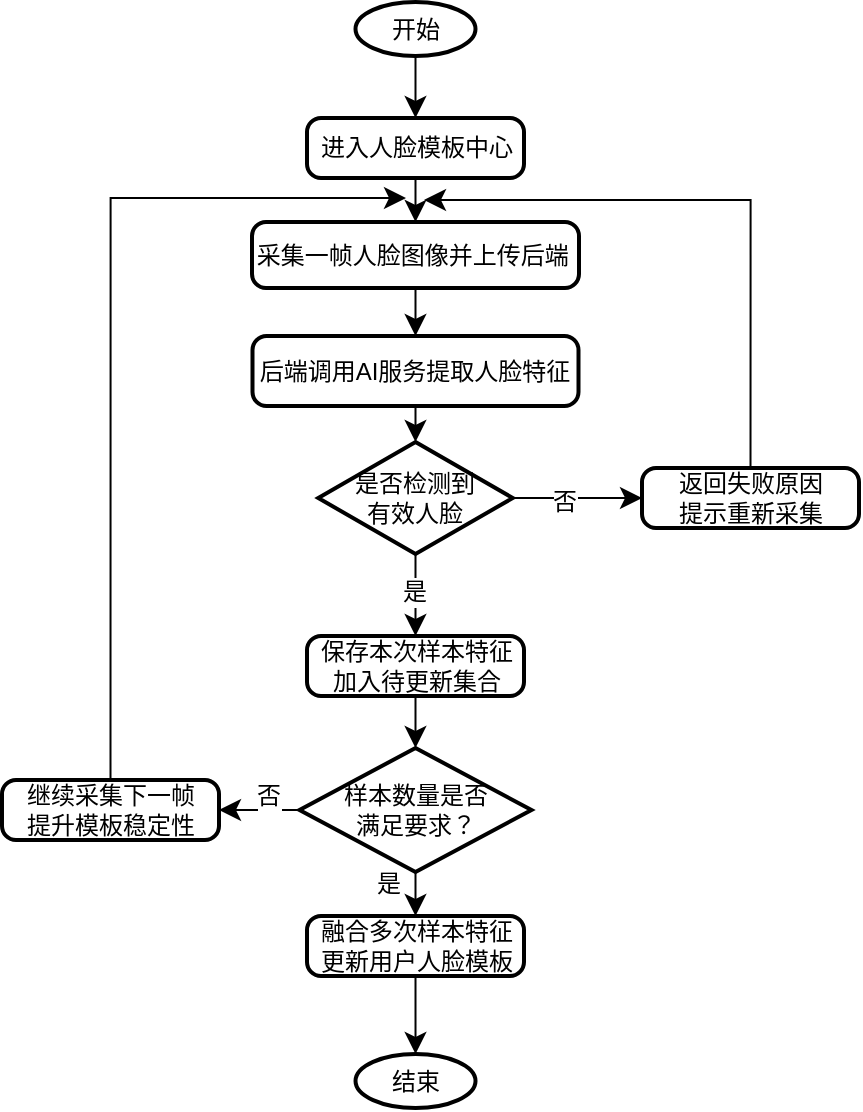
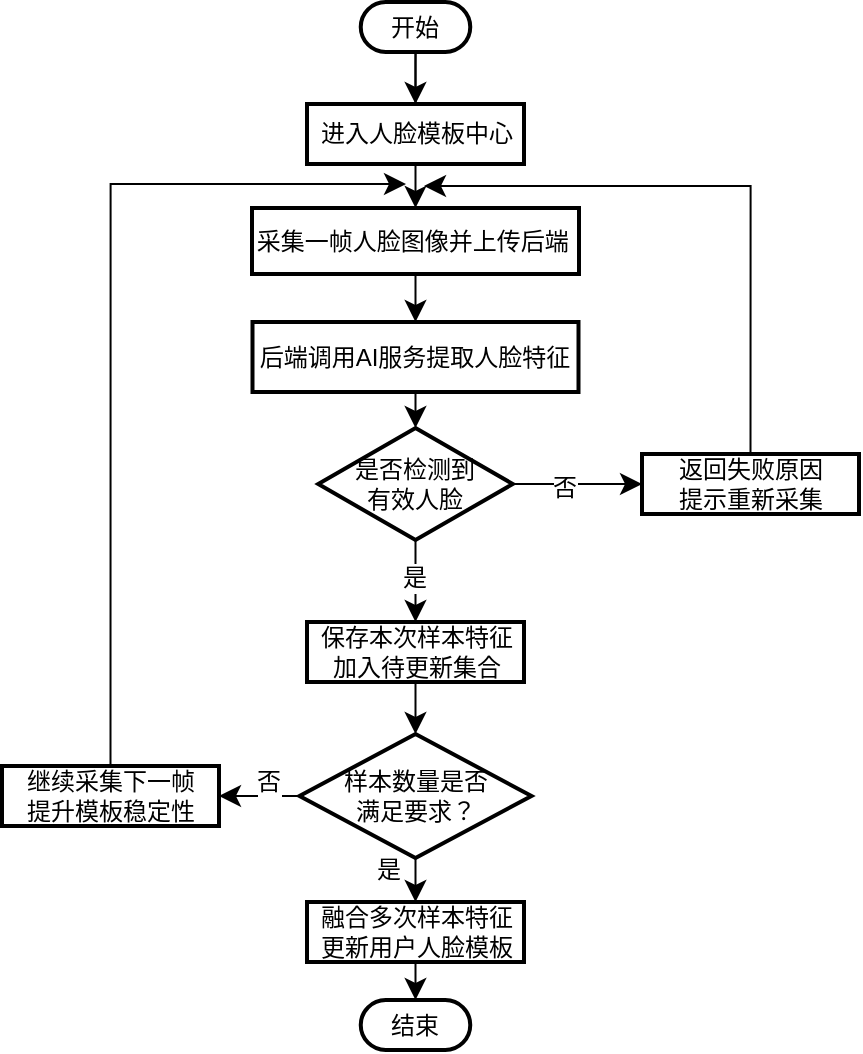
<mxfile host="app.diagrams.net">
  <diagram name="Page-1" id="3E11wlv4YcurvbQGb2JN">
-     <mxGraphModel dx="937" dy="1218" grid="0" gridSize="10" guides="1" tooltips="1" connect="1" arrows="1" fold="1" page="0" pageScale="1" pageWidth="827" pageHeight="1169" math="0" shadow="0">
+     <mxGraphModel dx="1222" dy="980" grid="0" gridSize="10" guides="1" tooltips="1" connect="1" arrows="1" fold="1" page="0" pageScale="1" pageWidth="827" pageHeight="1169" math="0" shadow="0">
      <root>
        <mxCell id="0" />
        <mxCell id="1" parent="0" />
-         <mxCell id="tGdi3pHIQmFbSmgxtYKY-13" edge="1" parent="1" source="tGdi3pHIQmFbSmgxtYKY-1" style="edgeStyle=none;curved=1;rounded=0;orthogonalLoop=1;jettySize=auto;html=1;entryX=0.5;entryY=0;entryDx=0;entryDy=0;fontSize=12;startSize=8;endSize=8;" target="tGdi3pHIQmFbSmgxtYKY-2">
-           <mxGeometry relative="1" as="geometry" />
-         </mxCell>
-         <mxCell id="tGdi3pHIQmFbSmgxtYKY-1" parent="1" style="strokeWidth=2;html=1;shape=mxgraph.flowchart.start_1;whiteSpace=wrap;" value="开始" vertex="1">
-           <mxGeometry height="27" width="60" x="161.75" y="-162" as="geometry" />
+         <mxCell id="tGdi3pHIQmFbSmgxtYKY-13" edge="1" parent="1" style="edgeStyle=none;curved=1;rounded=0;orthogonalLoop=1;jettySize=auto;html=1;entryX=0.5;entryY=0;entryDx=0;entryDy=0;fontSize=12;startSize=8;endSize=8;" target="tGdi3pHIQmFbSmgxtYKY-2">
+           <mxGeometry relative="1" as="geometry">
+             <mxPoint x="191.75" y="-135" as="sourcePoint" />
+           </mxGeometry>
        </mxCell>
        <mxCell id="tGdi3pHIQmFbSmgxtYKY-14" edge="1" parent="1" source="tGdi3pHIQmFbSmgxtYKY-2" style="edgeStyle=none;curved=1;rounded=0;orthogonalLoop=1;jettySize=auto;html=1;exitX=0.5;exitY=1;exitDx=0;exitDy=0;entryX=0.5;entryY=0;entryDx=0;entryDy=0;fontSize=12;startSize=8;endSize=8;" target="tGdi3pHIQmFbSmgxtYKY-3">
          <mxGeometry relative="1" as="geometry" />
        </mxCell>
-         <mxCell id="tGdi3pHIQmFbSmgxtYKY-2" parent="1" style="rounded=1;whiteSpace=wrap;html=1;absoluteArcSize=1;arcSize=14;strokeWidth=2;" value="进入人脸模板中心" vertex="1">
+         <mxCell id="evbxLupptJCgXDyhhPFf-3" edge="1" parent="1" source="tGdi3pHIQmFbSmgxtYKY-2" style="edgeStyle=orthogonalEdgeStyle;rounded=0;orthogonalLoop=1;jettySize=auto;html=1;endArrow=none;endFill=0;" target="evbxLupptJCgXDyhhPFf-1" value="">
+           <mxGeometry relative="1" as="geometry" />
+         </mxCell>
+         <mxCell id="tGdi3pHIQmFbSmgxtYKY-2" parent="1" style="rounded=1;whiteSpace=wrap;html=1;absoluteArcSize=1;arcSize=0;strokeWidth=2;" value="进入人脸模板中心" vertex="1">
          <mxGeometry height="30" width="108.5" x="137.5" y="-104" as="geometry" />
        </mxCell>
        <mxCell id="tGdi3pHIQmFbSmgxtYKY-15" edge="1" parent="1" source="tGdi3pHIQmFbSmgxtYKY-3" style="edgeStyle=none;curved=1;rounded=0;orthogonalLoop=1;jettySize=auto;html=1;exitX=0.5;exitY=1;exitDx=0;exitDy=0;entryX=0.5;entryY=0;entryDx=0;entryDy=0;fontSize=12;startSize=8;endSize=8;" target="tGdi3pHIQmFbSmgxtYKY-4">
          <mxGeometry relative="1" as="geometry" />
        </mxCell>
-         <mxCell id="tGdi3pHIQmFbSmgxtYKY-3" parent="1" style="rounded=1;whiteSpace=wrap;html=1;absoluteArcSize=1;arcSize=14;strokeWidth=2;" value="采集一帧人脸图像并上传后端&amp;nbsp;" vertex="1">
+         <mxCell id="tGdi3pHIQmFbSmgxtYKY-3" parent="1" style="rounded=1;whiteSpace=wrap;html=1;absoluteArcSize=1;arcSize=0;strokeWidth=2;" value="采集一帧人脸图像并上传后端&amp;nbsp;" vertex="1">
          <mxGeometry height="33" width="163.5" x="110" y="-52" as="geometry" />
        </mxCell>
-         <mxCell id="tGdi3pHIQmFbSmgxtYKY-4" parent="1" style="rounded=1;whiteSpace=wrap;html=1;absoluteArcSize=1;arcSize=14;strokeWidth=2;" value="后端调用AI服务提取人脸特征" vertex="1">
+         <mxCell id="tGdi3pHIQmFbSmgxtYKY-4" parent="1" style="rounded=1;whiteSpace=wrap;html=1;absoluteArcSize=1;arcSize=0;strokeWidth=2;" value="后端调用AI服务提取人脸特征" vertex="1">
          <mxGeometry height="35" width="163" x="110.25" y="5" as="geometry" />
        </mxCell>
        <mxCell id="tGdi3pHIQmFbSmgxtYKY-17" edge="1" parent="1" source="tGdi3pHIQmFbSmgxtYKY-5" style="edgeStyle=none;curved=1;rounded=0;orthogonalLoop=1;jettySize=auto;html=1;entryX=0;entryY=0.5;entryDx=0;entryDy=0;fontSize=12;startSize=8;endSize=8;" target="tGdi3pHIQmFbSmgxtYKY-6">
          <mxGeometry relative="1" as="geometry" />
        </mxCell>
        <mxCell id="tGdi3pHIQmFbSmgxtYKY-18" connectable="0" parent="tGdi3pHIQmFbSmgxtYKY-17" style="edgeLabel;html=1;align=center;verticalAlign=middle;resizable=0;points=[];fontSize=12;" value="否" vertex="1">
          <mxGeometry relative="1" x="-0.2174" y="-2" as="geometry">
            <mxPoint as="offset" />
          </mxGeometry>
        </mxCell>
        <mxCell id="tGdi3pHIQmFbSmgxtYKY-20" edge="1" parent="1" source="tGdi3pHIQmFbSmgxtYKY-5" style="edgeStyle=none;curved=1;rounded=0;orthogonalLoop=1;jettySize=auto;html=1;entryX=0.5;entryY=0;entryDx=0;entryDy=0;fontSize=12;startSize=8;endSize=8;" target="tGdi3pHIQmFbSmgxtYKY-7">
          <mxGeometry relative="1" as="geometry" />
        </mxCell>
        <mxCell id="tGdi3pHIQmFbSmgxtYKY-21" connectable="0" parent="tGdi3pHIQmFbSmgxtYKY-20" style="edgeLabel;html=1;align=center;verticalAlign=middle;resizable=0;points=[];fontSize=12;" value="是" vertex="1">
          <mxGeometry relative="1" x="-0.0732" y="-1" as="geometry">
            <mxPoint as="offset" />
          </mxGeometry>
        </mxCell>
        <mxCell id="tGdi3pHIQmFbSmgxtYKY-5" parent="1" style="strokeWidth=2;html=1;shape=mxgraph.flowchart.decision;whiteSpace=wrap;" value="是否检测到&lt;div&gt;有效人脸&lt;/div&gt;" vertex="1">
          <mxGeometry height="56" width="97.25" x="143.13" y="58" as="geometry" />
        </mxCell>
-         <mxCell id="tGdi3pHIQmFbSmgxtYKY-6" parent="1" style="rounded=1;whiteSpace=wrap;html=1;absoluteArcSize=1;arcSize=14;strokeWidth=2;" value="返回失败原因&lt;div&gt;提示重新采集&lt;/div&gt;" vertex="1">
+         <mxCell id="tGdi3pHIQmFbSmgxtYKY-6" parent="1" style="rounded=1;whiteSpace=wrap;html=1;absoluteArcSize=1;arcSize=0;strokeWidth=2;" value="返回失败原因&lt;div&gt;提示重新采集&lt;/div&gt;" vertex="1">
          <mxGeometry height="30" width="108.5" x="305" y="71" as="geometry" />
        </mxCell>
-         <mxCell id="tGdi3pHIQmFbSmgxtYKY-7" parent="1" style="rounded=1;whiteSpace=wrap;html=1;absoluteArcSize=1;arcSize=14;strokeWidth=2;" value="保存本次样本特征&lt;div&gt;加入待更新集合&lt;/div&gt;" vertex="1">
+         <mxCell id="tGdi3pHIQmFbSmgxtYKY-7" parent="1" style="rounded=1;whiteSpace=wrap;html=1;absoluteArcSize=1;arcSize=0;strokeWidth=2;" value="保存本次样本特征&lt;div&gt;加入待更新集合&lt;/div&gt;" vertex="1">
          <mxGeometry height="30" width="108.5" x="137.5" y="155" as="geometry" />
        </mxCell>
        <mxCell id="tGdi3pHIQmFbSmgxtYKY-23" edge="1" parent="1" source="tGdi3pHIQmFbSmgxtYKY-8" style="edgeStyle=none;curved=1;rounded=0;orthogonalLoop=1;jettySize=auto;html=1;exitX=0.5;exitY=1;exitDx=0;exitDy=0;exitPerimeter=0;entryX=0.5;entryY=0;entryDx=0;entryDy=0;fontSize=12;startSize=8;endSize=8;" target="tGdi3pHIQmFbSmgxtYKY-9">
          <mxGeometry relative="1" as="geometry" />
        </mxCell>
        <mxCell id="tGdi3pHIQmFbSmgxtYKY-25" connectable="0" parent="tGdi3pHIQmFbSmgxtYKY-23" style="edgeLabel;html=1;align=center;verticalAlign=middle;resizable=0;points=[];fontSize=12;" value="是" vertex="1">
          <mxGeometry relative="1" x="-0.4545" y="-2" as="geometry">
            <mxPoint x="-12" as="offset" />
          </mxGeometry>
        </mxCell>
        <mxCell id="tGdi3pHIQmFbSmgxtYKY-27" edge="1" parent="1" source="tGdi3pHIQmFbSmgxtYKY-8" style="edgeStyle=none;curved=1;rounded=0;orthogonalLoop=1;jettySize=auto;html=1;exitX=0;exitY=0.5;exitDx=0;exitDy=0;exitPerimeter=0;entryX=1;entryY=0.5;entryDx=0;entryDy=0;fontSize=12;startSize=8;endSize=8;" target="tGdi3pHIQmFbSmgxtYKY-10">
          <mxGeometry relative="1" as="geometry" />
        </mxCell>
        <mxCell id="tGdi3pHIQmFbSmgxtYKY-28" connectable="0" parent="tGdi3pHIQmFbSmgxtYKY-27" style="edgeLabel;html=1;align=center;verticalAlign=middle;resizable=0;points=[];fontSize=12;" value="否" vertex="1">
          <mxGeometry relative="1" x="0.0973" y="-3" as="geometry">
            <mxPoint x="6" y="-4" as="offset" />
          </mxGeometry>
        </mxCell>
        <mxCell id="tGdi3pHIQmFbSmgxtYKY-8" parent="1" style="strokeWidth=2;html=1;shape=mxgraph.flowchart.decision;whiteSpace=wrap;" value="样本数量是否&lt;div&gt;满足要求？&lt;/div&gt;" vertex="1">
          <mxGeometry height="62" width="116" x="133.75" y="211" as="geometry" />
        </mxCell>
-         <mxCell id="tGdi3pHIQmFbSmgxtYKY-9" parent="1" style="rounded=1;whiteSpace=wrap;html=1;absoluteArcSize=1;arcSize=14;strokeWidth=2;" value="融合多次样本特征&lt;div&gt;更新用户人脸模板&lt;/div&gt;" vertex="1">
+         <mxCell id="tGdi3pHIQmFbSmgxtYKY-9" parent="1" style="rounded=1;whiteSpace=wrap;html=1;absoluteArcSize=1;arcSize=0;strokeWidth=2;" value="融合多次样本特征&lt;div&gt;更新用户人脸模板&lt;/div&gt;" vertex="1">
          <mxGeometry height="30" width="108.5" x="137.5" y="295" as="geometry" />
        </mxCell>
-         <mxCell id="tGdi3pHIQmFbSmgxtYKY-10" parent="1" style="rounded=1;whiteSpace=wrap;html=1;absoluteArcSize=1;arcSize=14;strokeWidth=2;" value="继续采集下一帧&lt;div&gt;提升模板稳定性&lt;/div&gt;" vertex="1">
+         <mxCell id="tGdi3pHIQmFbSmgxtYKY-10" parent="1" style="rounded=1;whiteSpace=wrap;html=1;absoluteArcSize=1;arcSize=0;strokeWidth=2;" value="继续采集下一帧&lt;div&gt;提升模板稳定性&lt;/div&gt;" vertex="1">
          <mxGeometry height="30" width="108.5" x="-15" y="227" as="geometry" />
-         </mxCell>
-         <mxCell id="tGdi3pHIQmFbSmgxtYKY-12" parent="1" style="strokeWidth=2;html=1;shape=mxgraph.flowchart.start_1;whiteSpace=wrap;" value="结束" vertex="1">
-           <mxGeometry height="27" width="60" x="161.76" y="364" as="geometry" />
        </mxCell>
        <mxCell id="tGdi3pHIQmFbSmgxtYKY-16" edge="1" parent="1" source="tGdi3pHIQmFbSmgxtYKY-4" style="edgeStyle=none;curved=1;rounded=0;orthogonalLoop=1;jettySize=auto;html=1;exitX=0.5;exitY=1;exitDx=0;exitDy=0;entryX=0.5;entryY=0;entryDx=0;entryDy=0;entryPerimeter=0;fontSize=12;startSize=8;endSize=8;" target="tGdi3pHIQmFbSmgxtYKY-5">
          <mxGeometry relative="1" as="geometry" />
        </mxCell>
        <mxCell id="tGdi3pHIQmFbSmgxtYKY-22" edge="1" parent="1" source="tGdi3pHIQmFbSmgxtYKY-7" style="edgeStyle=none;curved=1;rounded=0;orthogonalLoop=1;jettySize=auto;html=1;exitX=0.5;exitY=1;exitDx=0;exitDy=0;entryX=0.5;entryY=0;entryDx=0;entryDy=0;entryPerimeter=0;fontSize=12;startSize=8;endSize=8;" target="tGdi3pHIQmFbSmgxtYKY-8">
-           <mxGeometry relative="1" as="geometry" />
-         </mxCell>
-         <mxCell id="tGdi3pHIQmFbSmgxtYKY-26" edge="1" parent="1" source="tGdi3pHIQmFbSmgxtYKY-9" style="edgeStyle=none;curved=1;rounded=0;orthogonalLoop=1;jettySize=auto;html=1;entryX=0.5;entryY=0;entryDx=0;entryDy=0;entryPerimeter=0;fontSize=12;startSize=8;endSize=8;" target="tGdi3pHIQmFbSmgxtYKY-12">
          <mxGeometry relative="1" as="geometry" />
        </mxCell>
        <mxCell id="3a_VFQu_GDc6J1CPnjoU-1" edge="1" parent="1" source="tGdi3pHIQmFbSmgxtYKY-10" style="endArrow=classic;html=1;rounded=0;fontSize=12;startSize=8;endSize=8;exitX=0.5;exitY=0;exitDx=0;exitDy=0;edgeStyle=orthogonalEdgeStyle;" value="">
          <mxGeometry height="50" relative="1" width="50" as="geometry">
            <Array as="points">
              <mxPoint x="39" y="-64" />
            </Array>
            <mxPoint x="40" y="-34" as="sourcePoint" />
            <mxPoint x="187" y="-64" as="targetPoint" />
          </mxGeometry>
        </mxCell>
        <mxCell id="3a_VFQu_GDc6J1CPnjoU-2" edge="1" parent="1" source="tGdi3pHIQmFbSmgxtYKY-6" style="endArrow=classic;html=1;rounded=0;fontSize=12;startSize=8;endSize=8;edgeStyle=orthogonalEdgeStyle;exitX=0.5;exitY=0;exitDx=0;exitDy=0;" value="">
          <mxGeometry height="50" relative="1" width="50" as="geometry">
            <Array as="points">
              <mxPoint x="359" y="-63" />
            </Array>
            <mxPoint x="257" y="-63" as="sourcePoint" />
            <mxPoint x="196" y="-63" as="targetPoint" />
          </mxGeometry>
        </mxCell>
+         <mxCell id="evbxLupptJCgXDyhhPFf-1" parent="1" style="rounded=1;whiteSpace=wrap;html=1;arcSize=50;strokeColor=default;strokeWidth=2;" value="开始" vertex="1">
+           <mxGeometry height="25" width="54.76" x="164.37" y="-155" as="geometry" />
+         </mxCell>
+         <mxCell id="evbxLupptJCgXDyhhPFf-4" edge="1" parent="1" source="tGdi3pHIQmFbSmgxtYKY-9" style="edgeStyle=none;curved=1;rounded=0;orthogonalLoop=1;jettySize=auto;html=1;entryX=0.5;entryY=0;entryDx=0;entryDy=0;entryPerimeter=0;fontSize=12;startSize=8;endSize=8;" target="evbxLupptJCgXDyhhPFf-2" value="">
+           <mxGeometry relative="1" as="geometry">
+             <mxPoint x="192" y="325" as="sourcePoint" />
+             <mxPoint x="191.76" y="364" as="targetPoint" />
+           </mxGeometry>
+         </mxCell>
+         <mxCell id="evbxLupptJCgXDyhhPFf-2" parent="1" style="rounded=1;whiteSpace=wrap;html=1;arcSize=50;strokeWidth=2;" value="结束" vertex="1">
+           <mxGeometry height="25" width="54.76" x="164.37" y="344" as="geometry" />
+         </mxCell>
      </root>
    </mxGraphModel>
  </diagram>
</mxfile>
